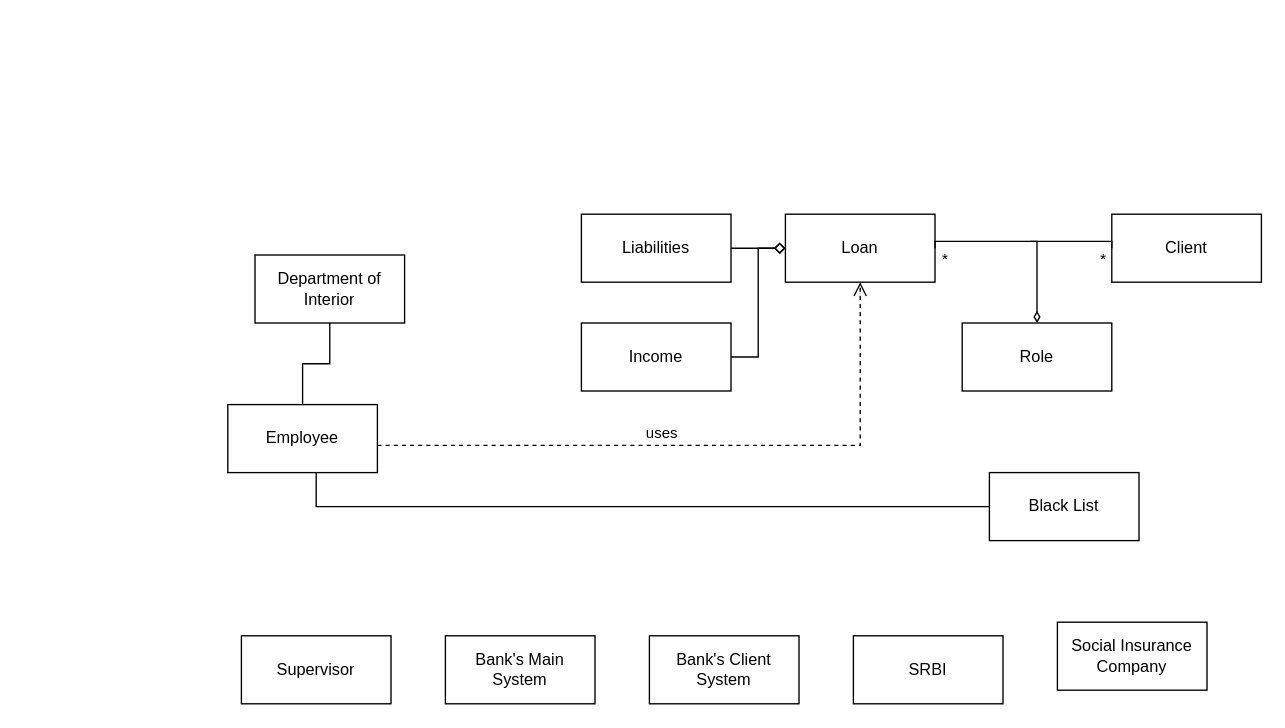
Before: page "cv1_uml" (1 of 2) of uml.drawio in matuskova/vyvoj_velkych_softverovych_aplikacii, a draw.io diagram. Source tidied: cells renumbered, new cells numbered last; positions are measured from the earlier drawing's top-left corner, leaving out a move shared by most shapes. Both pictures are drawn from the tidied source at 136%, with x=0, y=0 at pixel (227, 214).
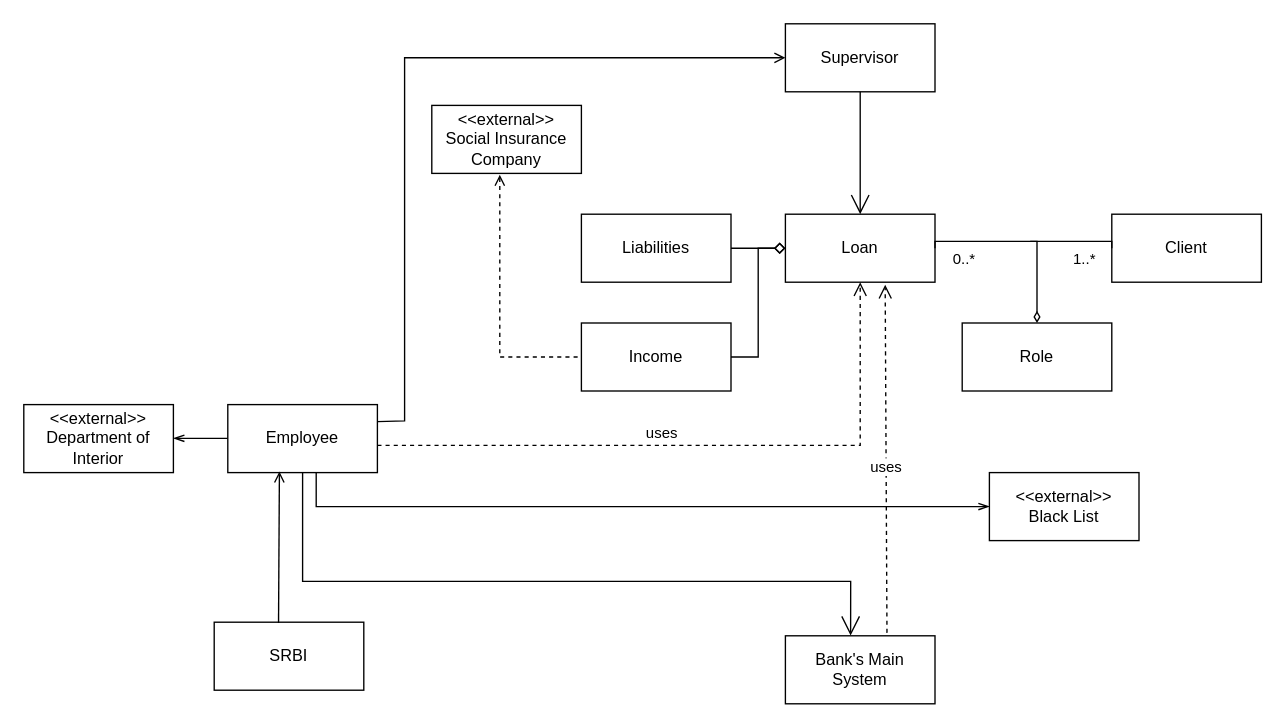
The same page after the edit.

The change refers to these unchanged cells:
```xml
<mxCell id="6" value="Employee" style="html=1;whiteSpace=wrap;" parent="1" vertex="1">
  <mxGeometry y="140" width="110" height="50" as="geometry" />
</mxCell>
<mxCell id="8" value="Loan" style="html=1;whiteSpace=wrap;" parent="1" vertex="1">
  <mxGeometry x="410" width="110" height="50" as="geometry" />
</mxCell>
<mxCell id="12" value="Income" style="html=1;whiteSpace=wrap;" parent="1" vertex="1">
  <mxGeometry x="260" y="80" width="110" height="50" as="geometry" />
</mxCell>
<mxCell id="19" style="endArrow=none;html=1;endSize=12;startArrow=none;startSize=14;startFill=0;edgeStyle=orthogonalEdgeStyle;rounded=0;exitX=0;exitY=0.5;exitDx=0;exitDy=0;entryX=1;entryY=0.5;entryDx=0;entryDy=0;endFill=0;" parent="1" edge="1" source="3" target="8">
  <mxGeometry x="-0.08" y="-15" relative="1" as="geometry">
    <Array as="points">
      <mxPoint x="650" y="20" />
      <mxPoint x="520" y="20" />
    </Array>
  </mxGeometry>
</mxCell>
```

The edit, as a diff of the source:
```diff
@@
-    <mxCell id="4" style="edgeStyle=orthogonalEdgeStyle;rounded=0;jettySize=auto;html=1;entryX=0.5;entryY=1;entryDx=0;entryDy=0;fillColor=none;endArrow=none;endFill=0;" parent="1" edge="1" source="6" target="7">
-      <mxGeometry relative="1" as="geometry" />
+    <mxCell id="4" style="edgeStyle=orthogonalEdgeStyle;rounded=0;orthogonalLoop=1;jettySize=auto;html=1;entryX=1;entryY=0.5;entryDx=0;entryDy=0;fillColor=none;endArrow=openThin;endFill=0;" parent="1" edge="1">
+      <mxGeometry relative="1" as="geometry">
+        <mxPoint y="164.8" as="sourcePoint" />
+        <mxPoint x="-40" y="164.8" as="targetPoint" />
+        <Array as="points">
+          <mxPoint x="-10" y="164.8" />
+          <mxPoint x="-10" y="164.8" />
+        </Array>
+      </mxGeometry>
     </mxCell>
-    <mxCell id="5" style="edgeStyle=orthogonalEdgeStyle;rounded=0;jettySize=auto;html=1;entryX=0;entryY=0.5;entryDx=0;entryDy=0;endArrow=none;endFill=0;" parent="1" edge="1" source="6" target="15">
+    <mxCell id="5" style="edgeStyle=orthogonalEdgeStyle;rounded=0;jettySize=auto;html=1;entryX=0;entryY=0.5;entryDx=0;entryDy=0;endArrow=openThin;endFill=0;" parent="1" edge="1" source="6" target="15">
       <mxGeometry relative="1" as="geometry">
         <Array as="points">
           <mxPoint x="65" y="175" />
         </Array>
       </mxGeometry>
     </mxCell>
@@
-    <mxCell id="7" value="Department of Interior" style="html=1;whiteSpace=wrap;" parent="1" vertex="1">
-      <mxGeometry x="20" y="30" width="110" height="50" as="geometry" />
+    <mxCell id="7" value="&lt;div&gt;&amp;lt;&amp;lt;external&amp;gt;&amp;gt;&lt;/div&gt;Department of Interior" style="html=1;whiteSpace=wrap;" parent="1" vertex="1">
+      <mxGeometry x="-150" y="140" width="110" height="50" as="geometry" />
     </mxCell>
@@
-    <mxCell id="9" value="Bank's Client System" style="html=1;whiteSpace=wrap;" parent="1" vertex="1">
-      <mxGeometry x="310" y="310" width="110" height="50" as="geometry" />
-    </mxCell>
-    <mxCell id="10" value="Social Insurance Company" style="html=1;whiteSpace=wrap;" parent="1" vertex="1">
-      <mxGeometry x="610" y="300" width="110" height="50" as="geometry" />
+    <mxCell id="10" value="&lt;div&gt;&amp;lt;&amp;lt;external&amp;gt;&amp;gt;&lt;/div&gt;Social Insurance Company" style="html=1;whiteSpace=wrap;" parent="1" vertex="1">
+      <mxGeometry x="150" y="-80" width="110" height="50" as="geometry" />
     </mxCell>
@@
-    <mxCell id="15" value="Black List" style="html=1;whiteSpace=wrap;" parent="1" vertex="1">
+    <mxCell id="15" value="&lt;div&gt;&amp;lt;&amp;lt;external&amp;gt;&amp;gt;&lt;/div&gt;Black List" style="html=1;whiteSpace=wrap;" parent="1" vertex="1">
       <mxGeometry x="560" y="190" width="110" height="50" as="geometry" />
     </mxCell>
     <mxCell id="16" value="SRBI" style="html=1;whiteSpace=wrap;" parent="1" vertex="1">
-      <mxGeometry x="460" y="310" width="110" height="50" as="geometry" />
+      <mxGeometry x="-10" y="300" width="110" height="50" as="geometry" />
     </mxCell>
     <mxCell id="17" value="Supervisor" style="html=1;whiteSpace=wrap;" parent="1" vertex="1">
-      <mxGeometry x="10" y="310" width="110" height="50" as="geometry" />
+      <mxGeometry x="410" y="-140" width="110" height="50" as="geometry" />
     </mxCell>
     <mxCell id="18" value="Bank's Main System" style="html=1;whiteSpace=wrap;" parent="1" vertex="1">
-      <mxGeometry x="160" y="310" width="110" height="50" as="geometry" />
+      <mxGeometry x="410" y="310" width="110" height="50" as="geometry" />
     </mxCell>
@@
-    <mxCell id="20" value="*" style="edgeLabel;html=1;align=left;verticalAlign=top;" parent="19" vertex="1">
+    <mxCell id="20" value="1..*" style="edgeLabel;html=1;align=left;verticalAlign=top;" parent="19" vertex="1">
       <mxGeometry x="-1" relative="1" as="geometry">
-        <mxPoint x="-10" y="-5" as="offset" />
+        <mxPoint x="-30" y="-5" as="offset" />
       </mxGeometry>
     </mxCell>
-    <mxCell id="21" value="*" style="edgeLabel;html=1;align=right;verticalAlign=top;" parent="19" vertex="1">
+    <mxCell id="21" value="0..*" style="edgeLabel;html=1;align=right;verticalAlign=top;" parent="19" vertex="1">
       <mxGeometry x="1" relative="1" as="geometry">
-        <mxPoint x="10" y="-5" as="offset" />
+        <mxPoint x="30" y="-5" as="offset" />
       </mxGeometry>
     </mxCell>
@@
+    <mxCell id="24" style="endArrow=open;endFill=1;endSize=12;html=1;rounded=0;exitX=0.5;exitY=1;exitDx=0;exitDy=0;entryX=0.5;entryY=0;entryDx=0;entryDy=0;" parent="1" edge="1" source="17" target="8">
+      <mxGeometry relative="1" as="geometry" />
+    </mxCell>
+    <mxCell id="25" style="endArrow=open;endFill=1;endSize=6;html=1;rounded=0;exitX=0.43;exitY=0.01;exitDx=0;exitDy=0;exitPerimeter=0;entryX=0.345;entryY=0.983;entryDx=0;entryDy=0;entryPerimeter=0;" parent="1" edge="1" source="16" target="6">
+      <mxGeometry relative="1" as="geometry" />
+    </mxCell>
+    <mxCell id="26" style="endArrow=open;endFill=1;endSize=6;html=1;rounded=0;exitX=1;exitY=0.25;exitDx=0;exitDy=0;entryX=0;entryY=0.5;entryDx=0;entryDy=0;" parent="1" edge="1" source="6" target="17">
+      <mxGeometry relative="1" as="geometry">
+        <Array as="points">
+          <mxPoint x="130" y="152" />
+          <mxPoint x="130" y="-115" />
+        </Array>
+      </mxGeometry>
+    </mxCell>
+    <mxCell id="27" style="endArrow=open;endFill=1;endSize=12;html=1;rounded=0;exitX=0.5;exitY=1;exitDx=0;exitDy=0;entryX=0.436;entryY=-0.003;entryDx=0;entryDy=0;entryPerimeter=0;" parent="1" edge="1" source="6" target="18">
+      <mxGeometry relative="1" as="geometry">
+        <Array as="points">
+          <mxPoint x="55" y="270" />
+          <mxPoint x="458" y="270" />
+        </Array>
+      </mxGeometry>
+    </mxCell>
+    <mxCell id="28" value="uses" style="html=1;verticalAlign=bottom;endArrow=open;dashed=1;endSize=8;curved=0;rounded=0;entryX=0.667;entryY=1.037;entryDx=0;entryDy=0;exitX=0.679;exitY=-0.043;exitDx=0;exitDy=0;entryPerimeter=0;exitPerimeter=0;" parent="1" edge="1" source="18" target="8">
+      <mxGeometry x="-0.12" relative="1" as="geometry" />
+    </mxCell>
+    <mxCell id="29" style="endArrow=none;endFill=0;endSize=12;html=1;rounded=0;entryX=0;entryY=0.5;entryDx=0;entryDy=0;dashed=1;startArrow=open;startFill=0;" parent="1" edge="1" target="12">
+      <mxGeometry relative="1" as="geometry">
+        <mxPoint x="200" y="-29" as="sourcePoint" />
+        <Array as="points">
+          <mxPoint x="200" y="105" />
+        </Array>
+      </mxGeometry>
+    </mxCell>
```
